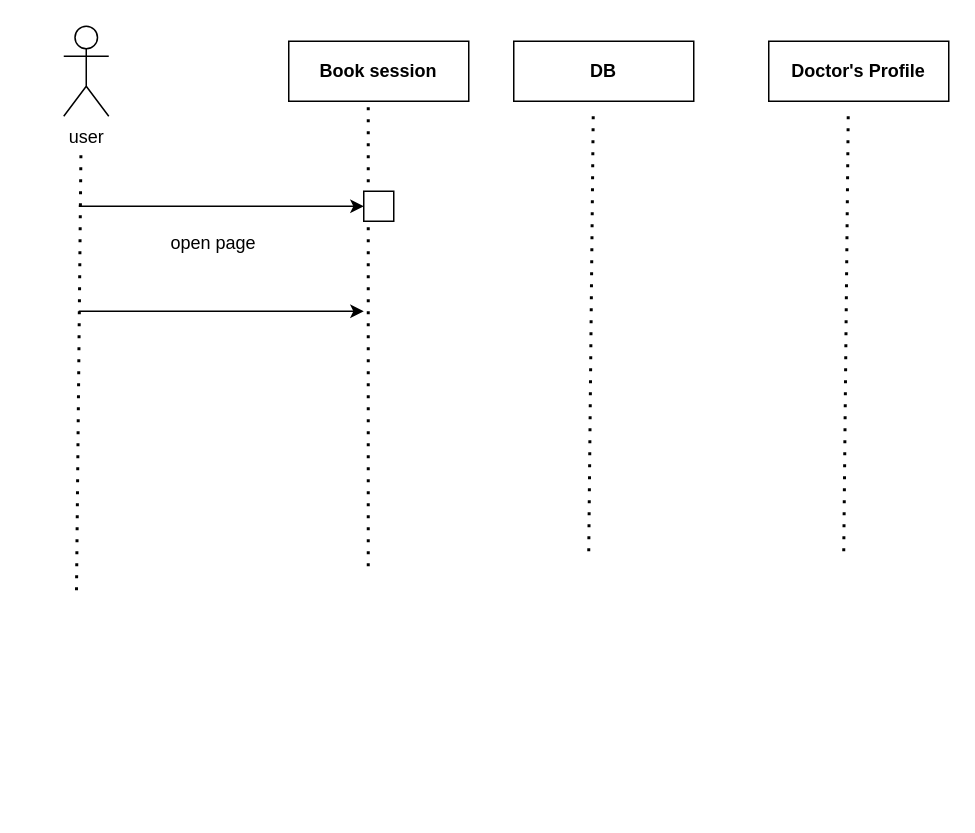
Before: Untitled Diagram.drawio in mawadaelmeshad/alx-pre_course, a draw.io diagram. Source tidied: cells renumbered, new cells numbered last; positions are measured from the earlier drawing's top-left corner, leaving out a move shared by most shapes. Both pictures are drawn from the tidied source at 150%, with x=0, y=0 at pixel (63, 26).
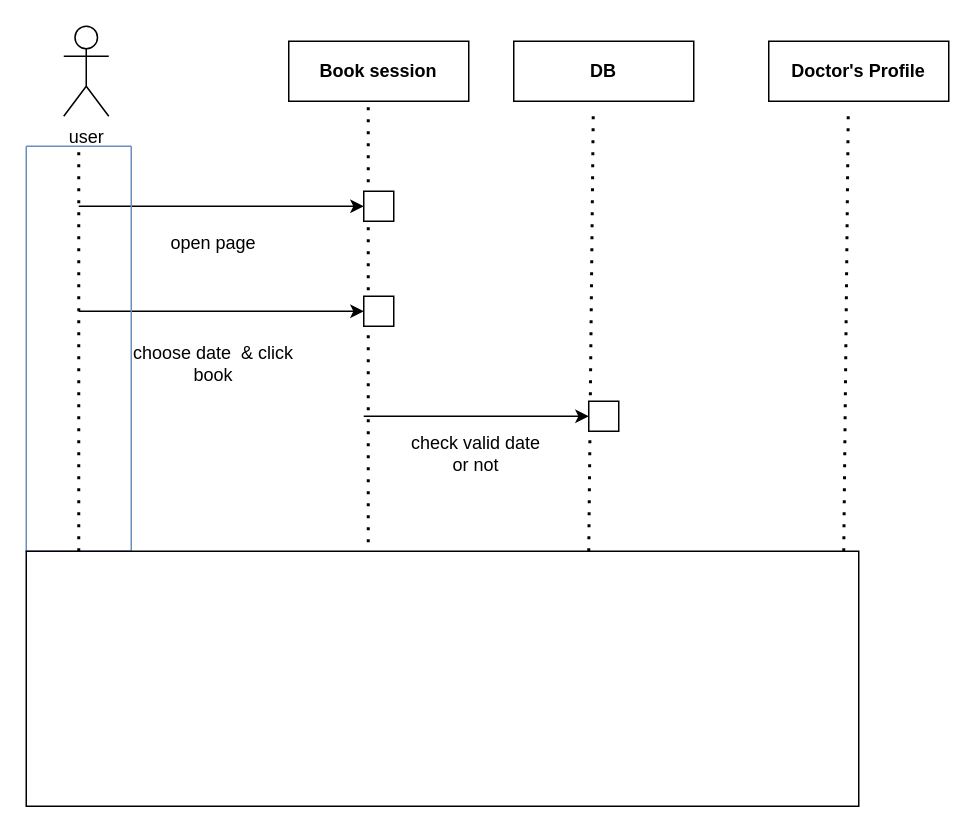
The same diagram, later.

What changed in the source:
```diff
@@
-    <mxCell id="4" style="endArrow=none;dashed=1;html=1;dashPattern=1 3;strokeWidth=2;rounded=0;entryX=0.442;entryY=1.1;entryDx=0;entryDy=0;entryPerimeter=0;" parent="1" edge="1">
-      <mxGeometry relative="1" as="geometry">
-        <mxPoint x="8.5" y="376" as="sourcePoint" />
-        <mxPoint x="11.5" y="80" as="targetPoint" />
-      </mxGeometry>
-    </mxCell>
@@
+    <mxCell id="14" value="choose date&amp;nbsp; &amp;amp; click book" style="text;html=1;strokeColor=none;fillColor=none;align=center;verticalAlign=middle;whiteSpace=wrap;rounded=0;" parent="1" vertex="1">
+      <mxGeometry x="45" y="210" width="110" height="30" as="geometry" />
+    </mxCell>
+    <mxCell id="15" style="rounded=0;whiteSpace=wrap;html=1;" parent="1" vertex="1">
+      <mxGeometry x="200" y="180" width="20" height="20" as="geometry" />
+    </mxCell>
+    <mxCell id="16" style="endArrow=classic;html=1;rounded=0;" parent="1" edge="1">
+      <mxGeometry relative="1" as="geometry">
+        <mxPoint x="200" y="260" as="sourcePoint" />
+        <mxPoint x="350" y="260" as="targetPoint" />
+      </mxGeometry>
+    </mxCell>
+    <mxCell id="17" value="check valid date or not" style="text;html=1;strokeColor=none;fillColor=none;align=center;verticalAlign=middle;whiteSpace=wrap;rounded=0;" parent="1" vertex="1">
+      <mxGeometry x="230" y="270" width="90" height="30" as="geometry" />
+    </mxCell>
+    <mxCell id="18" style="rounded=0;whiteSpace=wrap;html=1;" parent="1" vertex="1">
+      <mxGeometry x="350" y="250" width="20" height="20" as="geometry" />
+    </mxCell>
+    <mxCell id="19" style="swimlane;startSize=0;fillColor=#dae8fc;strokeColor=#6c8ebf;" parent="1" vertex="1">
+      <mxGeometry x="-25" y="80" width="70" height="270" as="geometry" />
+    </mxCell>
+    <mxCell id="4" style="endArrow=none;dashed=1;html=1;dashPattern=1 3;strokeWidth=2;rounded=0;entryX=0.5;entryY=0;entryDx=0;entryDy=0;exitX=0.5;exitY=1;exitDx=0;exitDy=0;" parent="1" edge="1" source="19" target="19">
+      <mxGeometry relative="1" as="geometry" />
+    </mxCell>
+    <mxCell id="20" style="rounded=0;whiteSpace=wrap;html=1;" parent="1" vertex="1">
+      <mxGeometry x="-25" y="350" width="555" height="170" as="geometry" />
+    </mxCell>
```
